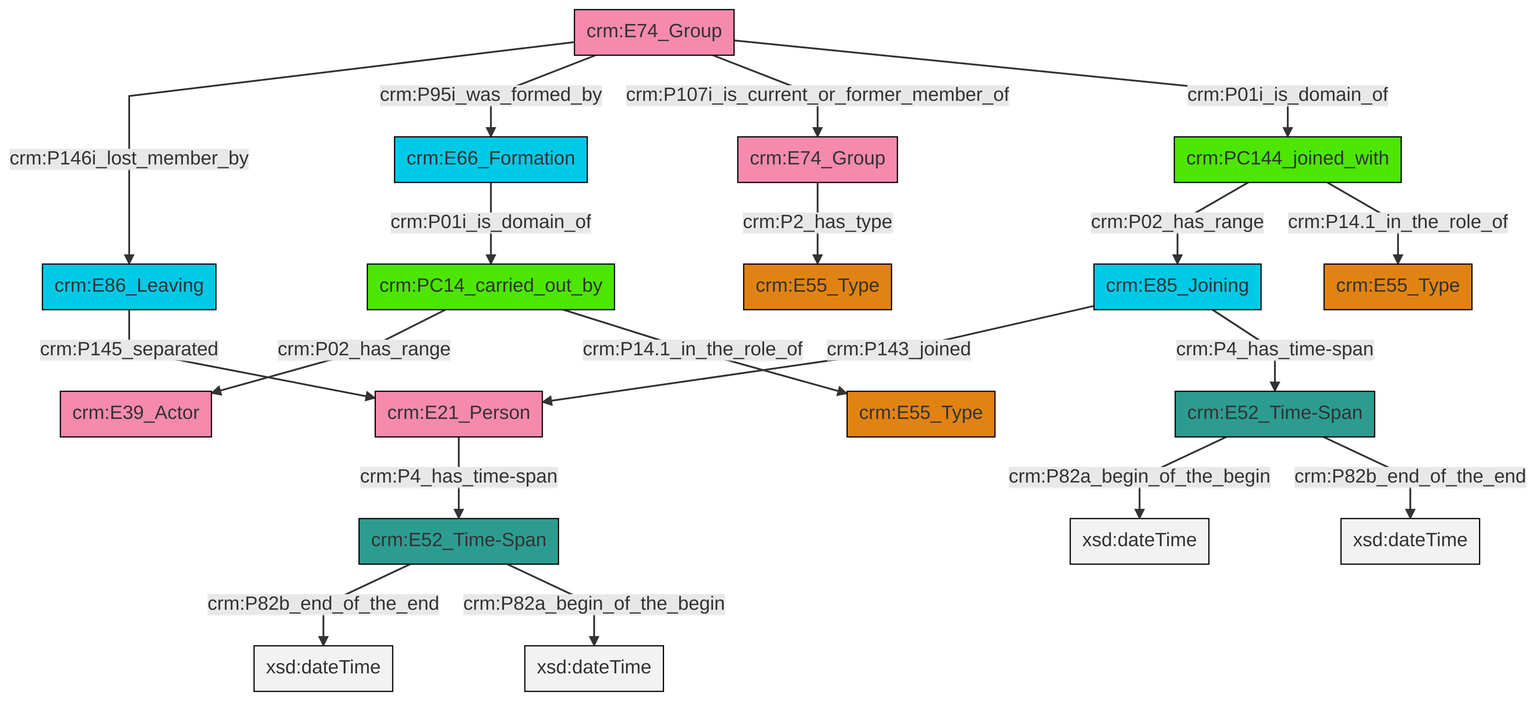
Before: et/groupCSV/ttl/mmd/png/group_actor_relations.png, a diagram exported from Mermaid (swiss-art-research-net/docs.swissartresearch). Its source is kept beside it as et/groupCSV/ttl/mmd/group_actor_relations.ttl.mmd.
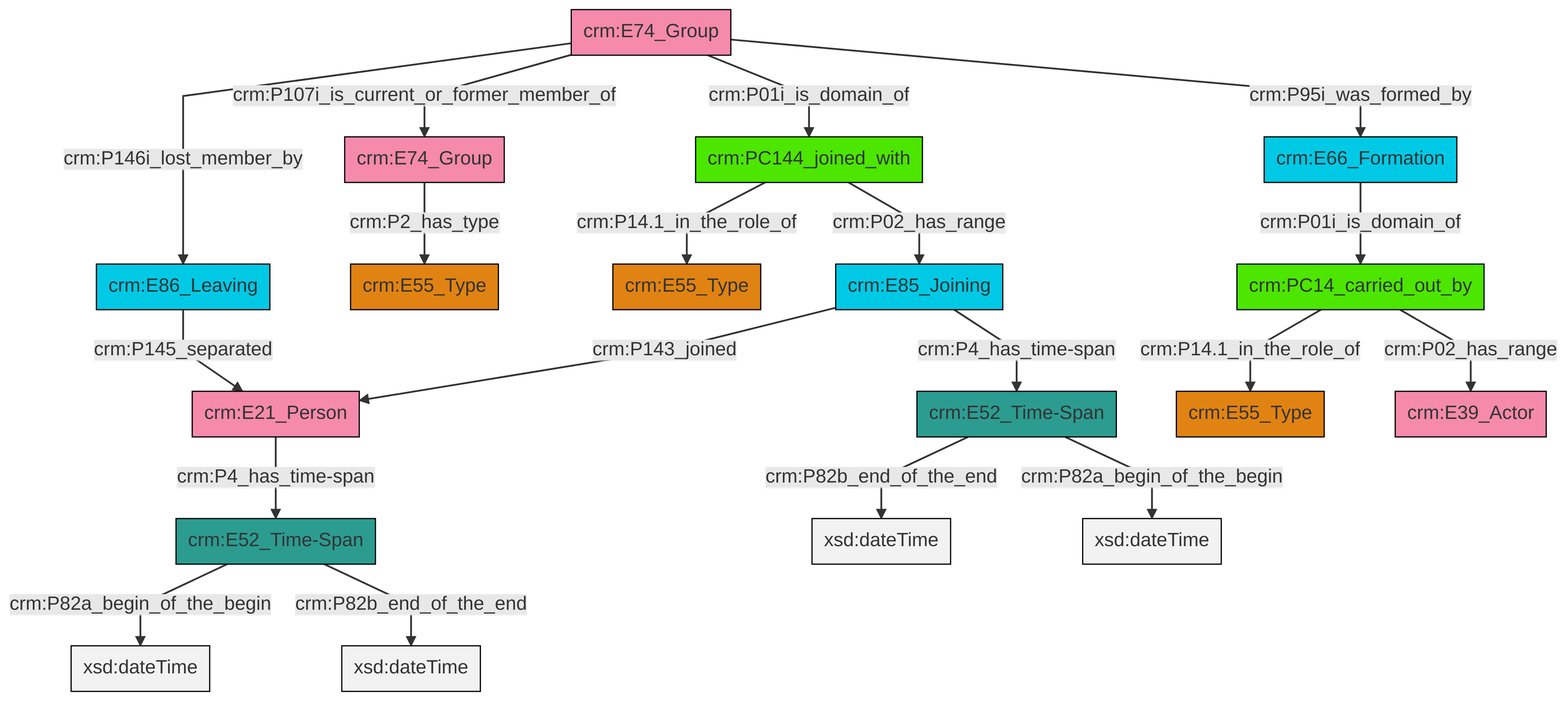
Later version of the same file.

The edit, as a diff of the source:
```diff
@@ -13,21 +13,21 @@
 classDef PC_Classes fill:#4ce600, stroke:#000000;
 classDef Multi fill:#cccccc,stroke:#000000;
 
-2["crm:E74_Group"]:::Actor -->|crm:P146i_lost_member_by| 3["crm:E86_Leaving"]:::Temporal_Entity
-0["crm:E52_Time-Span"]:::Time-Span -->|crm:P82a_begin_of_the_begin| 4[xsd:dateTime]:::Literal
-5["crm:PC144_joined_with"]:::PC_Classes -->|crm:P02_has_range| 6["crm:E85_Joining"]:::Temporal_Entity
-7["crm:PC14_carried_out_by"]:::PC_Classes -->|crm:P02_has_range| 8["crm:E39_Actor"]:::Actor
-3["crm:E86_Leaving"]:::Temporal_Entity -->|crm:P145_separated| 9["crm:E21_Person"]:::Actor
-0["crm:E52_Time-Span"]:::Time-Span -->|crm:P82b_end_of_the_end| 15[xsd:dateTime]:::Literal
-7["crm:PC14_carried_out_by"]:::PC_Classes -->|crm:P14.1_in_the_role_of| 10["crm:E55_Type"]:::Type
-6["crm:E85_Joining"]:::Temporal_Entity -->|crm:P143_joined| 9["crm:E21_Person"]:::Actor
-6["crm:E85_Joining"]:::Temporal_Entity -->|crm:P4_has_time-span| 0["crm:E52_Time-Span"]:::Time-Span
-9["crm:E21_Person"]:::Actor -->|crm:P4_has_time-span| 16["crm:E52_Time-Span"]:::Time-Span
-5["crm:PC144_joined_with"]:::PC_Classes -->|crm:P14.1_in_the_role_of| 13["crm:E55_Type"]:::Type
-2["crm:E74_Group"]:::Actor -->|crm:P95i_was_formed_by| 18["crm:E66_Formation"]:::Temporal_Entity
-18["crm:E66_Formation"]:::Temporal_Entity -->|crm:P01i_is_domain_of| 7["crm:PC14_carried_out_by"]:::PC_Classes
-16["crm:E52_Time-Span"]:::Time-Span -->|crm:P82b_end_of_the_end| 29[xsd:dateTime]:::Literal
-2["crm:E74_Group"]:::Actor -->|crm:P107i_is_current_or_former_member_of| 32["crm:E74_Group"]:::Actor
-16["crm:E52_Time-Span"]:::Time-Span -->|crm:P82a_begin_of_the_begin| 33[xsd:dateTime]:::Literal
-2["crm:E74_Group"]:::Actor -->|crm:P01i_is_domain_of| 5["crm:PC144_joined_with"]:::PC_Classes
-32["crm:E74_Group"]:::Actor -->|crm:P2_has_type| 21["crm:E55_Type"]:::Type
+2["crm:E21_Person"]:::Actor -->|crm:P4_has_time-span| 3["crm:E52_Time-Span"]:::Time-Span
+8["crm:E74_Group"]:::Actor -->|crm:P01i_is_domain_of| 9["crm:PC144_joined_with"]:::PC_Classes
+8["crm:E74_Group"]:::Actor -->|crm:P95i_was_formed_by| 4["crm:E66_Formation"]:::Temporal_Entity
+8["crm:E74_Group"]:::Actor -->|crm:P107i_is_current_or_former_member_of| 13["crm:E74_Group"]:::Actor
+14["crm:E86_Leaving"]:::Temporal_Entity -->|crm:P145_separated| 2["crm:E21_Person"]:::Actor
+9["crm:PC144_joined_with"]:::PC_Classes -->|crm:P02_has_range| 0["crm:E85_Joining"]:::Temporal_Entity
+4["crm:E66_Formation"]:::Temporal_Entity -->|crm:P01i_is_domain_of| 16["crm:PC14_carried_out_by"]:::PC_Classes
+17["crm:E52_Time-Span"]:::Time-Span -->|crm:P82b_end_of_the_end| 18[xsd:dateTime]:::Literal
+9["crm:PC144_joined_with"]:::PC_Classes -->|crm:P14.1_in_the_role_of| 11["crm:E55_Type"]:::Type
+0["crm:E85_Joining"]:::Temporal_Entity -->|crm:P143_joined| 2["crm:E21_Person"]:::Actor
+3["crm:E52_Time-Span"]:::Time-Span -->|crm:P82a_begin_of_the_begin| 25[xsd:dateTime]:::Literal
+8["crm:E74_Group"]:::Actor -->|crm:P146i_lost_member_by| 14["crm:E86_Leaving"]:::Temporal_Entity
+13["crm:E74_Group"]:::Actor -->|crm:P2_has_type| 6["crm:E55_Type"]:::Type
+17["crm:E52_Time-Span"]:::Time-Span -->|crm:P82a_begin_of_the_begin| 26[xsd:dateTime]:::Literal
+3["crm:E52_Time-Span"]:::Time-Span -->|crm:P82b_end_of_the_end| 30[xsd:dateTime]:::Literal
+16["crm:PC14_carried_out_by"]:::PC_Classes -->|crm:P02_has_range| 23["crm:E39_Actor"]:::Actor
+16["crm:PC14_carried_out_by"]:::PC_Classes -->|crm:P14.1_in_the_role_of| 20["crm:E55_Type"]:::Type
+0["crm:E85_Joining"]:::Temporal_Entity -->|crm:P4_has_time-span| 17["crm:E52_Time-Span"]:::Time-Span
```
